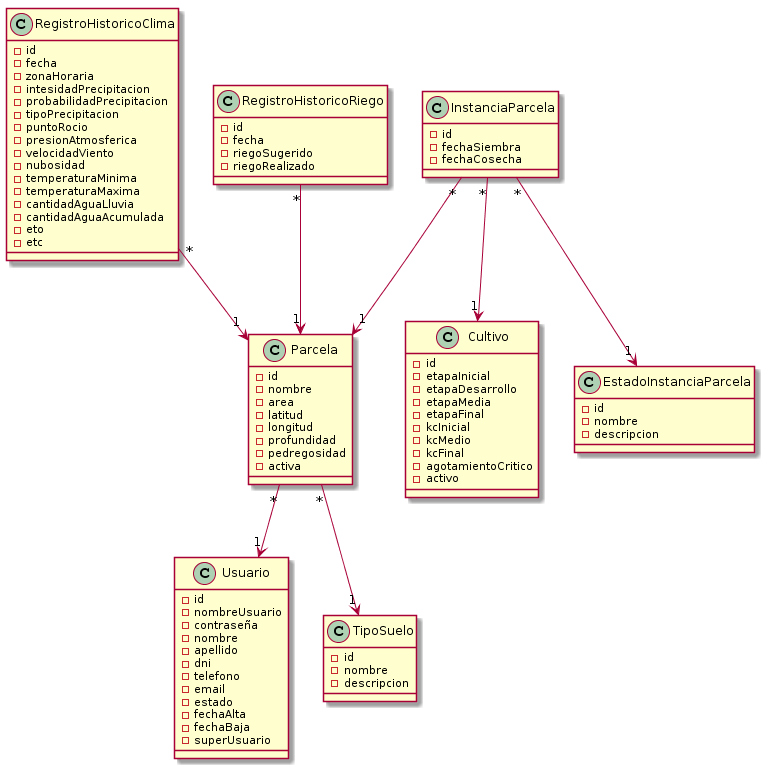
FacuDeveloper/Sistema-de-riego keeps this PlantUML diagram as Modelo de dominio/MDominio: Sistema de riego.png. Above is the earlier version.
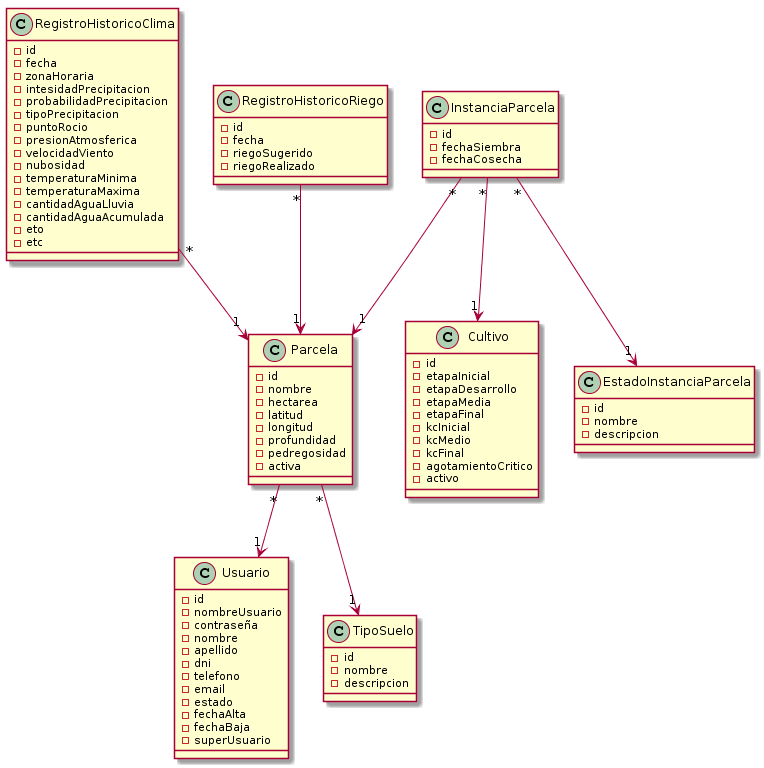
The same file after the commit.

Commit message:
Modelo de dominio modificado

What changed in the source:
```diff
@@ -10,7 +10,7 @@
 class Parcela {
 -id
 -nombre
--area
+-hectarea
 -latitud
 -longitud
 -profundidad
```
